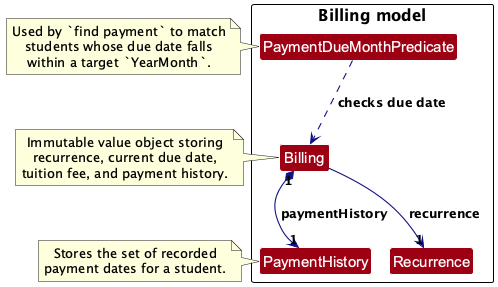
Earlier version of the PlantUML export docs/images/BillingModelClassDiagram.png (khayliang/tp). The source it was exported from:
```plantuml
@startuml
!include style.puml
!pragma layout smetana
skinparam arrowThickness 1.1
skinparam arrowColor LOGIC_COLOR_T4
skinparam classBackgroundColor MODEL_COLOR
top to bottom direction

package "Billing model" #FFFFFF {
class Billing MODEL_COLOR {
  +getCurrentDueDate()
  +getTuitionFee()
  +getPaymentHistory()
  +updateRate(newTuitionFees)
  +advanceDueDate()
  +recordTuitionPaid(paymentDate)
}

class PaymentHistory MODEL_COLOR {
  +getPaidDates()
  +recordPayment(date)
  +hasPaidOn(date)
}

enum Recurrence MODEL_COLOR {
  WEEKLY
  BIWEEKLY
  MONTHLY
  NONE
}

class PaymentDueMonthPredicate MODEL_COLOR {
  +test(person)
}
}

Billing "1" *--> "1" PaymentHistory : paymentHistory
Billing --> "1" Recurrence : recurrence
PaymentDueMonthPredicate ..> Billing : checks due date

note right of Billing
Immutable value object storing
recurrence, current due date,
tuition fee, and payment history.
end note

note right of PaymentHistory
Stores the set of recorded
payment dates for a student.
end note

note right of PaymentDueMonthPredicate
Used by `find payment` to match
students whose due date falls
within a target `YearMonth`.
end note

@enduml
```
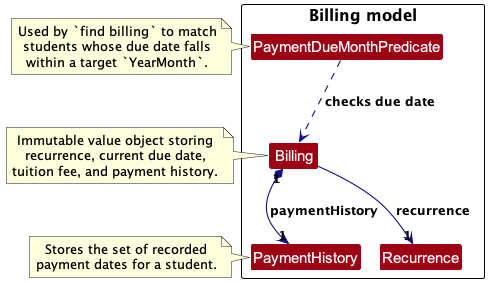
The same diagram one commit later.

Change to the diagram source:
```diff
@@ -50,7 +50,7 @@
 end note
 
 note right of PaymentDueMonthPredicate
-Used by `find payment` to match
+Used by `find billing` to match
 students whose due date falls
 within a target `YearMonth`.
 end note
```
